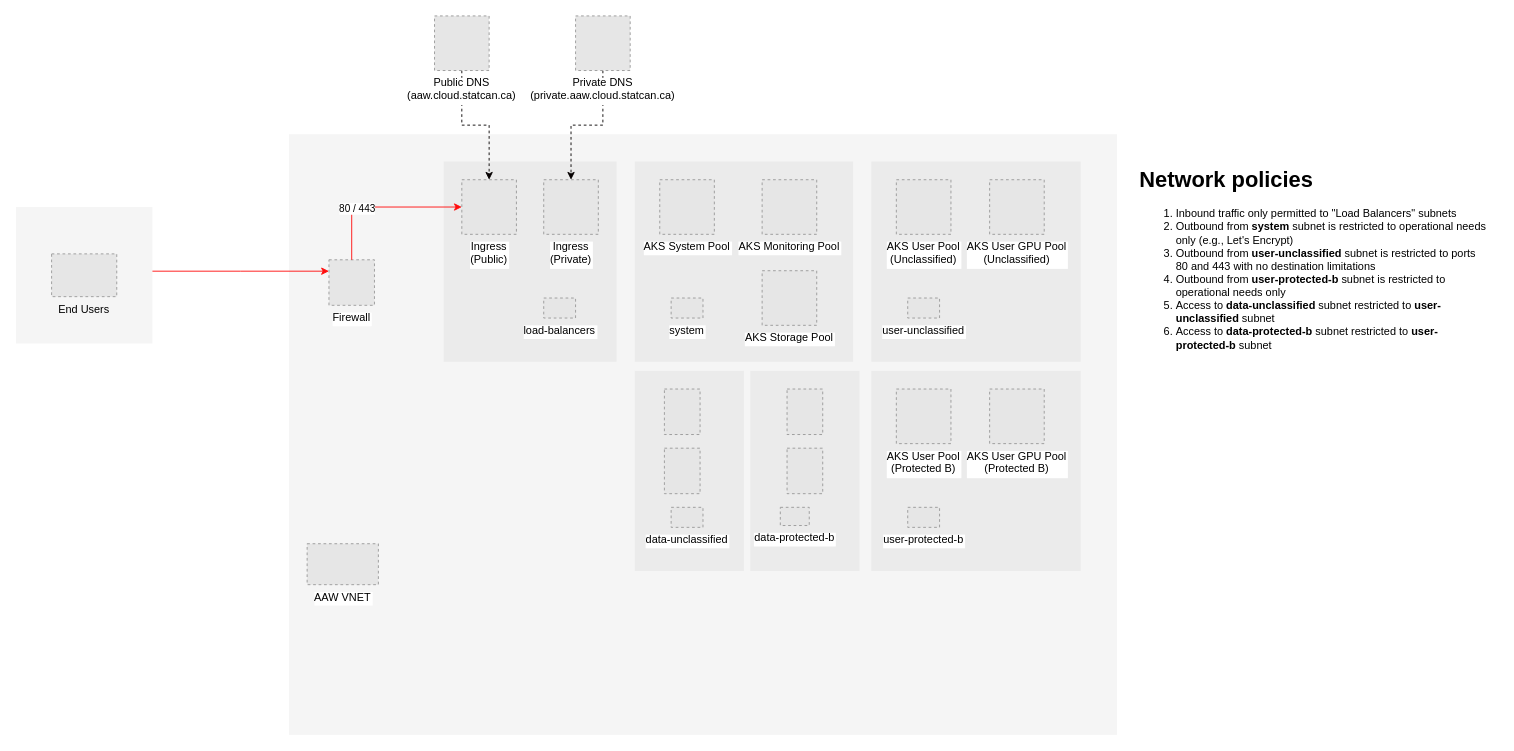
Earlier version of the draw.io diagram Untitled Diagram.drawio (StatCan/aaw-security-proposal). Source tidied: cells renumbered, new cells numbered last; positions are measured from the earlier drawing's top-left corner, leaving out a move shared by most shapes. Both pictures are drawn from the tidied source at 91%, with x=0, y=0 at pixel (15, 15). Pictures stored in the file or linked from it are replaced by grey dashed boxes.
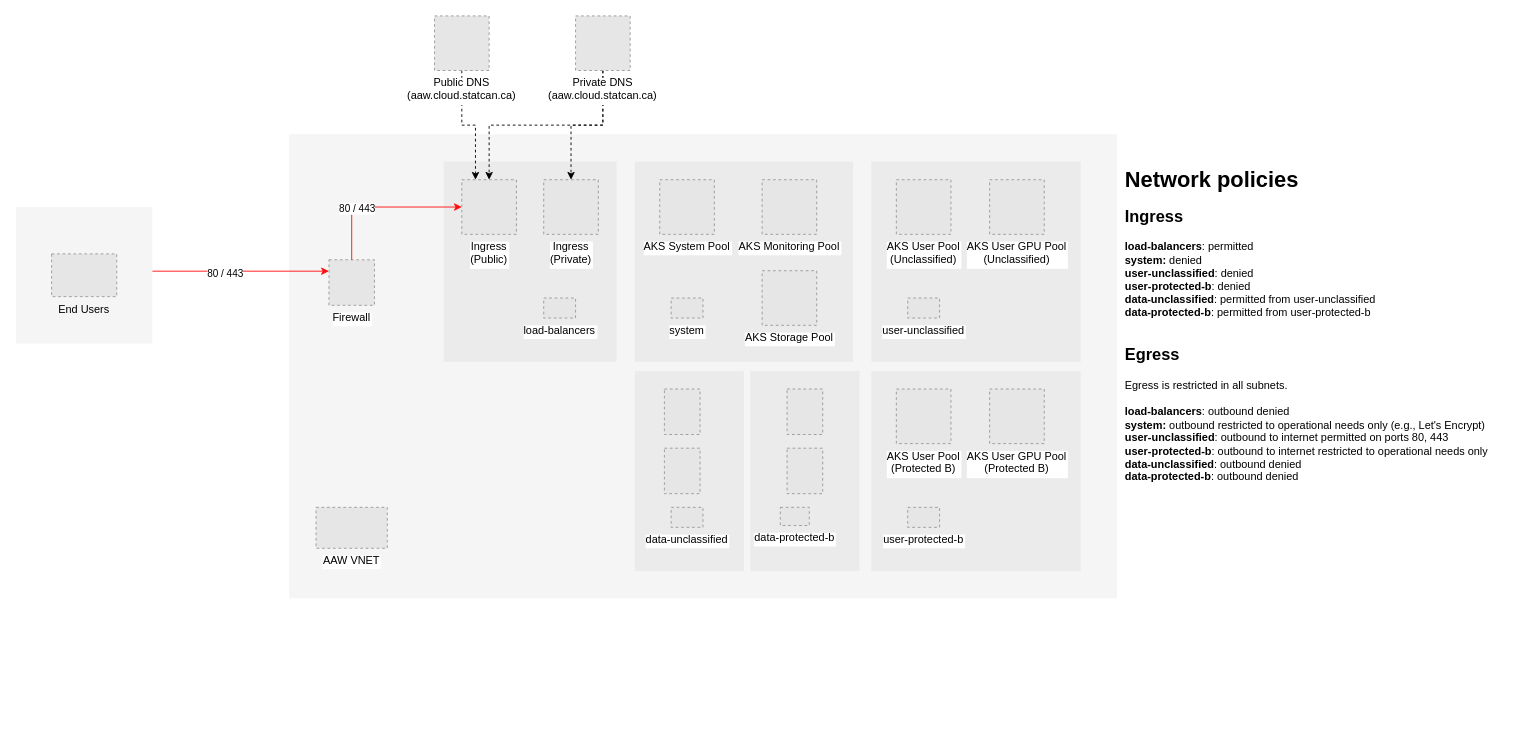
Above is the later version.

The change refers to these unchanged cells:
```xml
<mxCell id="7" style="edgeStyle=orthogonalEdgeStyle;rounded=0;jettySize=auto;html=1;entryX=0;entryY=0.25;entryDx=0;entryDy=0;strokeColor=#FF0D0D;" parent="1" edge="1" source="5" target="3">
  <mxGeometry relative="1" as="geometry">
    <Array as="points">
      <mxPoint x="247" y="281" />
    </Array>
  </mxGeometry>
</mxCell>
<mxCell id="11" value="Ingress&#10;(Public)" style="fillColor=#E6E6E6;strokeColor=#999999;dashed=1;verticalLabelPosition=bottom;labelBackgroundColor=#ffffff;verticalAlign=top;" parent="1" vertex="1">
  <mxGeometry x="490" y="180" width="60" height="60" as="geometry" />
</mxCell>
<mxCell id="35" value="Public DNS&#10;(aaw.cloud.statcan.ca)" style="fillColor=#E6E6E6;strokeColor=#999999;dashed=1;verticalLabelPosition=bottom;labelBackgroundColor=#ffffff;verticalAlign=top;" parent="1" vertex="1">
  <mxGeometry x="460" width="60" height="60" as="geometry" />
</mxCell>
```

Change to the diagram source:
```diff
@@
     <mxCell id="2" style="rounded=0;whiteSpace=wrap;html=1;fillColor=#f5f5f5;strokeColor=none;fontColor=#333333;labelBackgroundColor=none;" parent="1" vertex="1">
-      <mxGeometry x="300" y="130" width="910" height="660" as="geometry" />
+      <mxGeometry x="300" y="130" width="910" height="510" as="geometry" />
     </mxCell>
@@
+    <mxCell id="45" value="80 / 443" style="edgeLabel;html=1;align=center;verticalAlign=middle;" parent="7" vertex="1">
+      <mxGeometry x="-0.19" y="-2" relative="1" as="geometry" />
+    </mxCell>
     <mxCell id="8" value="AAW VNET" style="fillColor=#E6E6E6;strokeColor=#999999;dashed=1;verticalLabelPosition=bottom;labelBackgroundColor=#ffffff;verticalAlign=top;" parent="1" vertex="1">
-      <mxGeometry x="320" y="580" width="78.3" height="45" as="geometry" />
+      <mxGeometry x="329.8" y="540" width="78.3" height="45" as="geometry" />
     </mxCell>
@@
+    <mxCell id="46" style="edgeStyle=orthogonalEdgeStyle;rounded=0;jettySize=auto;html=1;entryX=0.5;entryY=0;entryDx=0;entryDy=0;dashed=1;strokeColor=#050000;" parent="1" edge="1" source="32" target="11">
+      <mxGeometry relative="1" as="geometry">
+        <Array as="points">
+          <mxPoint x="645" y="120" />
+          <mxPoint x="520" y="120" />
+        </Array>
+      </mxGeometry>
+    </mxCell>
-    <mxCell id="32" value="Private DNS&#10;(private.aaw.cloud.statcan.ca)" style="fillColor=#E6E6E6;strokeColor=#999999;dashed=1;verticalLabelPosition=bottom;labelBackgroundColor=#ffffff;verticalAlign=top;" parent="1" vertex="1">
+    <mxCell id="32" value="Private DNS&#10;(aaw.cloud.statcan.ca)" style="fillColor=#E6E6E6;strokeColor=#999999;dashed=1;verticalLabelPosition=bottom;labelBackgroundColor=#ffffff;verticalAlign=top;" parent="1" vertex="1">
       <mxGeometry x="615" width="60" height="60" as="geometry" />
     </mxCell>
-    <mxCell id="33" value="&lt;h1&gt;Network policies&lt;/h1&gt;&lt;p&gt;&lt;/p&gt;&lt;ol&gt;&lt;li&gt;Inbound traffic only permitted to &quot;Load Balancers&quot; subnets&lt;/li&gt;&lt;li&gt;Outbound from &lt;b&gt;system&lt;/b&gt;&amp;nbsp;subnet is restricted to operational needs only (e.g., Let's Encrypt)&lt;/li&gt;&lt;li&gt;Outbound from &lt;b&gt;user-unclassified&lt;/b&gt;&amp;nbsp;subnet is restricted to ports 80 and 443 with no destination limitations&lt;/li&gt;&lt;li&gt;Outbound from &lt;b&gt;user-protected-b &lt;/b&gt;subnet is restricted to operational needs only&lt;/li&gt;&lt;li&gt;Access to &lt;b&gt;data-unclassified&lt;/b&gt;&amp;nbsp;subnet restricted to &lt;b&gt;user-unclassified&lt;/b&gt;&amp;nbsp;subnet&lt;span style=&quot;color: rgba(0 , 0 , 0 , 0) ; font-family: monospace ; font-size: 0px&quot;&gt;&lt;/span&gt;&lt;/li&gt;&lt;li&gt;Access to &lt;b&gt;data-protected-b&lt;/b&gt;&amp;nbsp;subnet restricted to &lt;b&gt;user-protected-b&lt;/b&gt;&amp;nbsp;subnet&lt;/li&gt;&lt;/ol&gt;&lt;p&gt;&lt;/p&gt;" style="text;html=1;strokeColor=none;fillColor=none;spacing=5;spacingTop=-20;whiteSpace=wrap;overflow=hidden;rounded=0;" parent="1" vertex="1">
-      <mxGeometry x="1230" y="160" width="390" height="300" as="geometry" />
+    <mxCell id="33" value="&lt;h1&gt;Network policies&lt;/h1&gt;&lt;h2&gt;&lt;b&gt;Ingress&lt;/b&gt;&lt;/h2&gt;&lt;div&gt;&lt;div&gt;&lt;b&gt;load-balancers&lt;/b&gt;: permitted&lt;/div&gt;&lt;div&gt;&lt;b&gt;system:&lt;/b&gt;&amp;nbsp;denied&lt;/div&gt;&lt;div&gt;&lt;b&gt;user-unclassified&lt;/b&gt;: denied&lt;/div&gt;&lt;div&gt;&lt;b&gt;user-protected-b&lt;/b&gt;: denied&lt;/div&gt;&lt;div&gt;&lt;b&gt;data-unclassified&lt;/b&gt;: permitted from user-unclassified&lt;/div&gt;&lt;div&gt;&lt;b&gt;data-protected-b&lt;/b&gt;: permitted from user-protected-b&lt;/div&gt;&lt;/div&gt;&lt;div&gt;&lt;br&gt;&lt;/div&gt;&lt;h2&gt;&lt;b&gt;Egress&lt;/b&gt;&lt;/h2&gt;&lt;div&gt;Egress is restricted in all subnets.&lt;/div&gt;&lt;div&gt;&lt;br&gt;&lt;/div&gt;&lt;div&gt;&lt;b&gt;load-balancers&lt;/b&gt;: outbound denied&lt;/div&gt;&lt;div&gt;&lt;b&gt;system:&lt;/b&gt;&amp;nbsp;outbound restricted to operational needs only (e.g., Let's Encrypt)&lt;/div&gt;&lt;div&gt;&lt;b&gt;user-unclassified&lt;/b&gt;: outbound to internet permitted on ports 80, 443&lt;/div&gt;&lt;div&gt;&lt;b&gt;user-protected-b&lt;/b&gt;: outbound to internet restricted to operational needs only&lt;/div&gt;&lt;div&gt;&lt;b&gt;data-unclassified&lt;/b&gt;: outbound denied&lt;/div&gt;&lt;div&gt;&lt;b&gt;data-protected-b&lt;/b&gt;: outbound denied&lt;br&gt;&lt;/div&gt;&lt;div&gt;&lt;br&gt;&lt;/div&gt;&lt;p&gt;&lt;/p&gt;" style="text;html=1;strokeColor=none;fillColor=none;spacing=5;spacingTop=-20;whiteSpace=wrap;overflow=hidden;rounded=0;" parent="1" vertex="1">
+      <mxGeometry x="1214" y="160" width="416" height="360" as="geometry" />
     </mxCell>
-    <mxCell id="34" style="edgeStyle=orthogonalEdgeStyle;rounded=0;jettySize=auto;html=1;entryX=0.5;entryY=0;entryDx=0;entryDy=0;dashed=1;strokeColor=#050000;" parent="1" edge="1" source="35" target="11">
+    <mxCell id="34" style="edgeStyle=orthogonalEdgeStyle;rounded=0;jettySize=auto;html=1;entryX=0.25;entryY=0;entryDx=0;entryDy=0;dashed=1;strokeColor=#050000;" parent="1" edge="1" source="35" target="11">
       <mxGeometry relative="1" as="geometry" />
     </mxCell>
```
